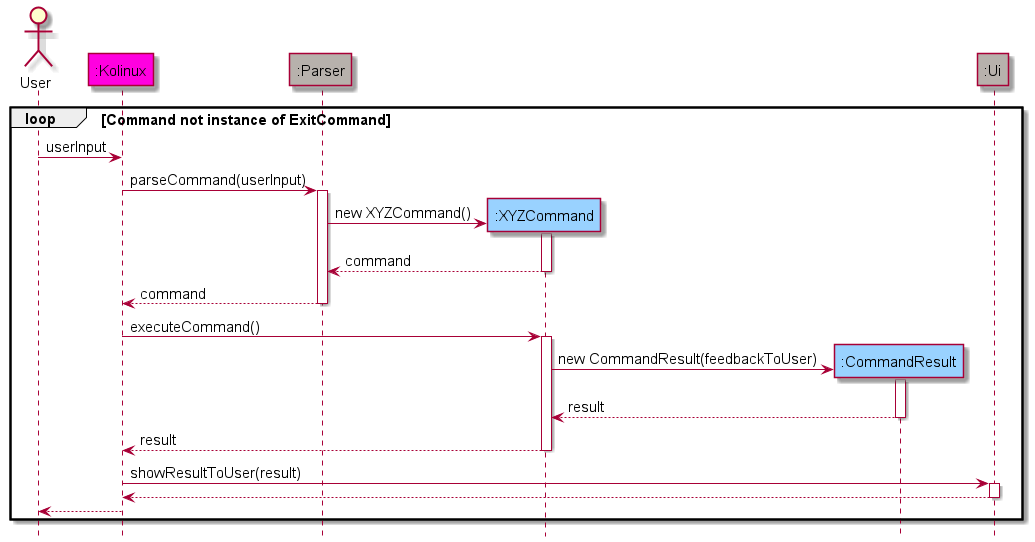
Before: docs/assets/images/OverviewSequenceDiagram.png, a diagram exported from PlantUML (shyamgj1900/tp).
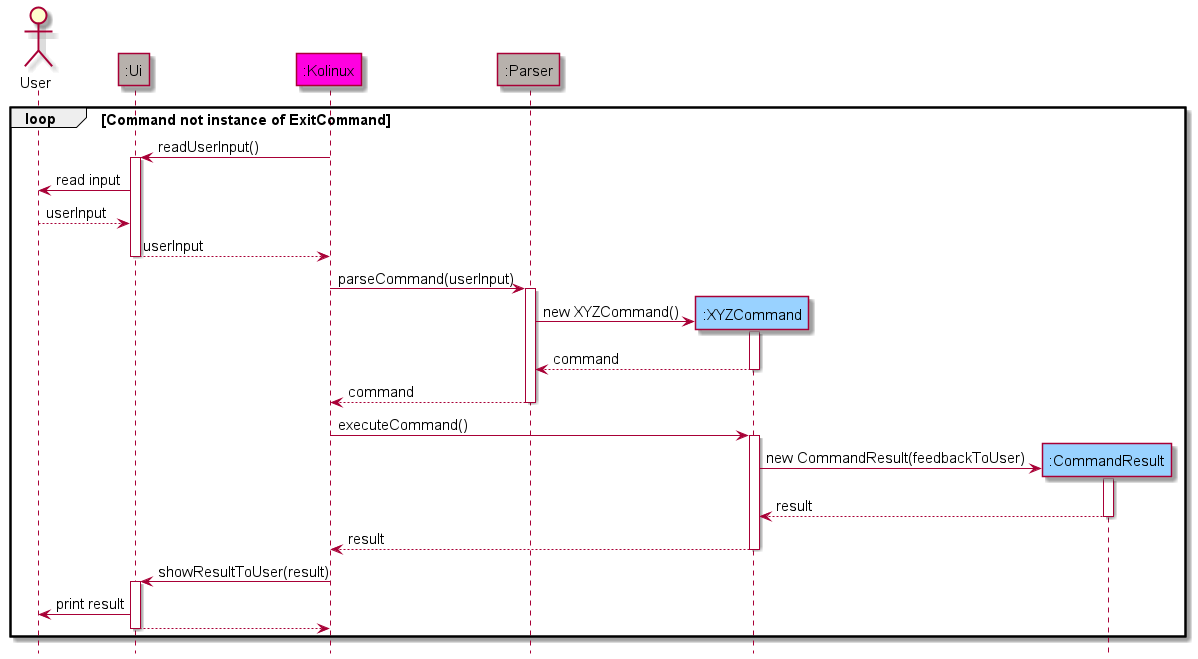
After the commit.

Commit message:
Update overview sequence diagram

Diff of the diagram source:
```diff
@@ -5,15 +5,22 @@
 hide footbox
 
 actor User as user
+participant ":Ui" as ui UTIL_COLOR
 participant ":Kolinux" as kolinux KOLINUX_COLOR
 participant ":Parser" as parser UTIL_COLOR
 participant ":XYZCommand" as com COMMANDS_COLOR
 participant ":CommandResult" as res COMMANDS_COLOR
-participant ":Ui" as ui UTIL_COLOR
 
 loop Command not instance of ExitCommand
 
-user -> kolinux : userInput
+kolinux -> ui : readUserInput()
+activate ui
+
+ui -> user : read input
+user --> ui : userInput
+
+ui --> kolinux : userInput
+deactivate ui
 
 kolinux -> parser : parseCommand(userInput)
 activate parser
@@ -44,10 +51,10 @@
 kolinux -> ui : showResultToUser(result)
 activate ui
 
+ui -> user : print result
+
 ui --> kolinux
 deactivate ui
-
-kolinux --> user
 
 end
 
```
